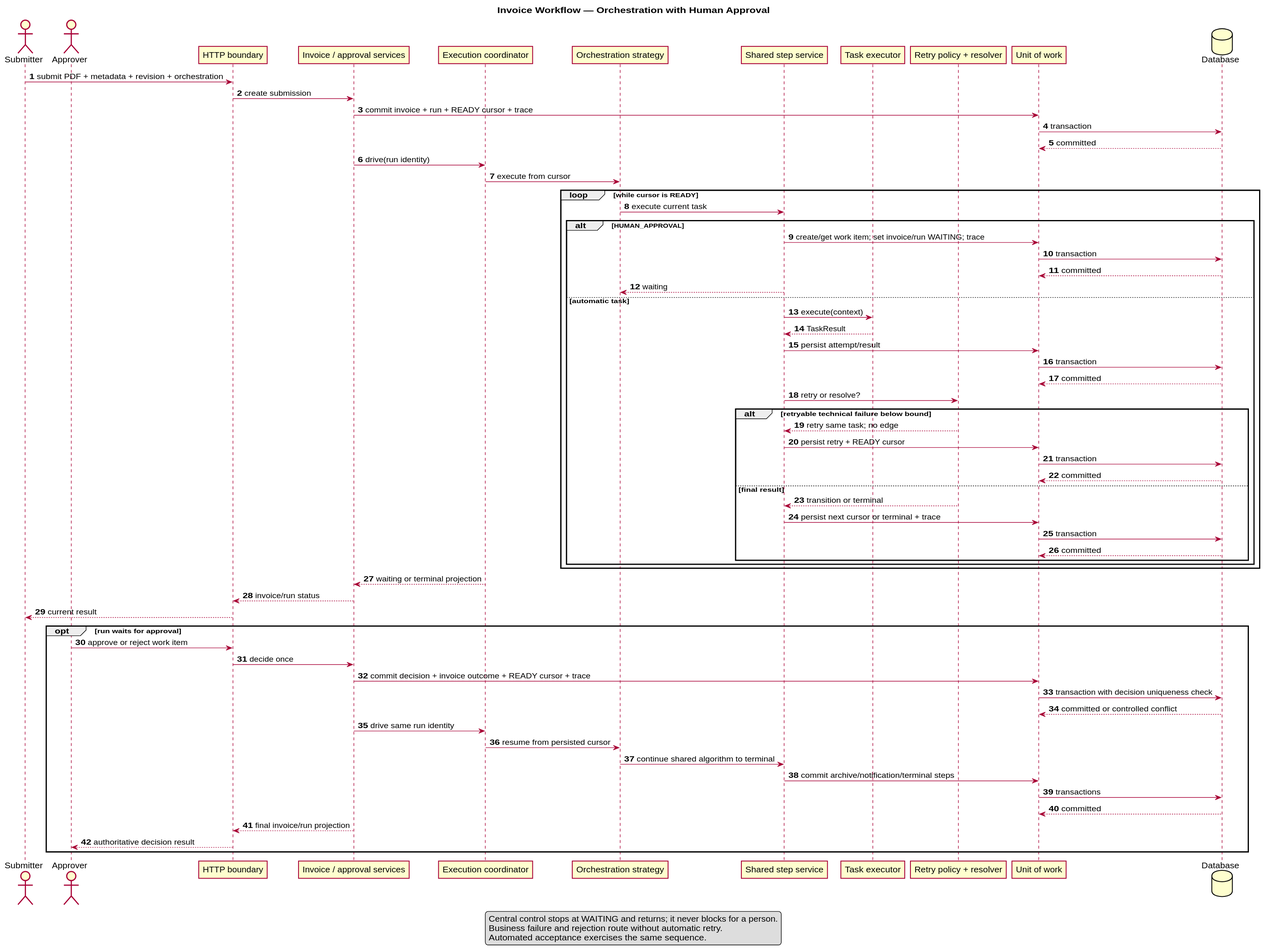
Earlier version of the PlantUML export docs/architecture/uml/rendered/orchestration-sequence.svg (MAES1102/WMS). Its diagram source:
```plantuml
@startuml
title Invoice Workflow — Orchestration with Human Approval
autonumber
skinparam shadowing false

actor Submitter
actor Approver
participant "HTTP boundary" as HTTP
participant "Invoice / approval services" as Service
participant "Execution coordinator" as Coordinator
participant "Orchestration strategy" as Orchestrator
participant "Shared step service" as Step
participant "Task executor" as Executor
participant "Retry policy + resolver" as Policy
participant "Unit of work" as UoW
database Database

Submitter -> HTTP : submit PDF + metadata + revision + orchestration
HTTP -> Service : create submission
Service -> UoW : commit invoice + run + READY cursor + trace
UoW -> Database : transaction
Database --> UoW : committed
Service -> Coordinator : drive(run identity)
Coordinator -> Orchestrator : execute from cursor

loop while cursor is READY
  Orchestrator -> Step : execute current task
  alt HUMAN_APPROVAL
    Step -> UoW : create/get work item; set invoice/run WAITING; trace
    UoW -> Database : transaction
    Database --> UoW : committed
    Step --> Orchestrator : waiting
  else automatic task
    Step -> Executor : execute(context)
    Executor --> Step : TaskResult
    Step -> UoW : persist attempt/result
    UoW -> Database : transaction
    Database --> UoW : committed
    Step -> Policy : retry or resolve?
    alt retryable technical failure below bound
      Policy --> Step : retry same task; no edge
      Step -> UoW : persist retry + READY cursor
      UoW -> Database : transaction
      Database --> UoW : committed
    else final result
      Policy --> Step : transition or terminal
      Step -> UoW : persist next cursor or terminal + trace
      UoW -> Database : transaction
      Database --> UoW : committed
    end
  end
end

Coordinator --> Service : waiting or terminal projection
Service --> HTTP : invoice/run status
HTTP --> Submitter : current result

opt run waits for approval
  Approver -> HTTP : approve or reject work item
  HTTP -> Service : decide once
  Service -> UoW : commit decision + invoice outcome + READY cursor + trace
  UoW -> Database : transaction with decision uniqueness check
  Database --> UoW : committed or controlled conflict
  Service -> Coordinator : drive same run identity
  Coordinator -> Orchestrator : resume from persisted cursor
  Orchestrator -> Step : continue shared algorithm to terminal
  Step -> UoW : commit archive/notification/terminal steps
  UoW -> Database : transactions
  Database --> UoW : committed
  Service --> HTTP : final invoice/run projection
  HTTP --> Approver : authoritative decision result
end

legend
Central control stops at WAITING and returns; it never blocks for a person.
Business failure and rejection route without automatic retry.
Automated acceptance exercises the same sequence.
endlegend
@enduml
```
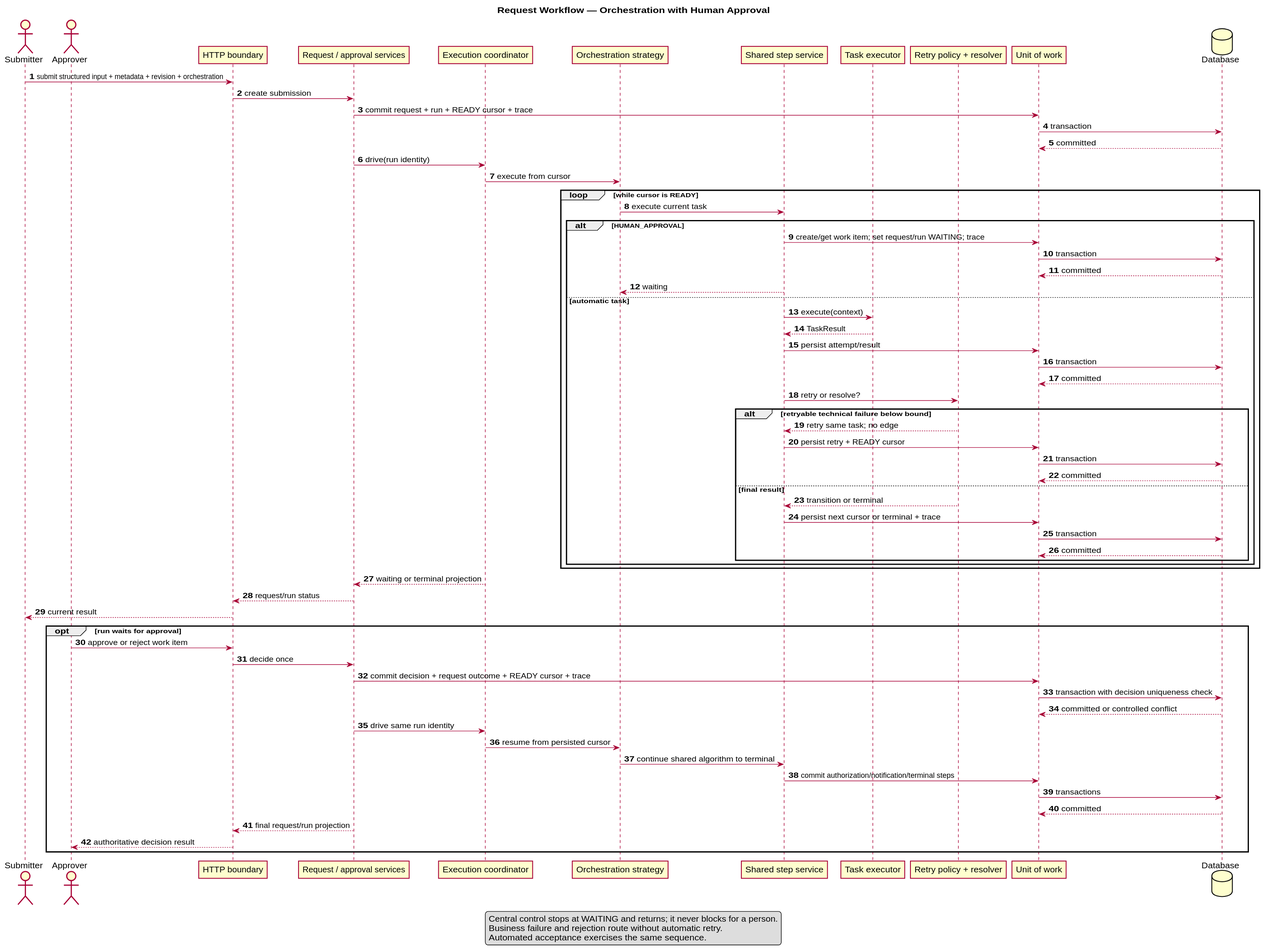
The same diagram one commit later.

What changed in the source:
```diff
@@ -1,12 +1,12 @@
 @startuml
-title Invoice Workflow — Orchestration with Human Approval
+title Request Workflow — Orchestration with Human Approval
 autonumber
 skinparam shadowing false
 
 actor Submitter
 actor Approver
 participant "HTTP boundary" as HTTP
-participant "Invoice / approval services" as Service
+participant "Request / approval services" as Service
 participant "Execution coordinator" as Coordinator
 participant "Orchestration strategy" as Orchestrator
 participant "Shared step service" as Step
@@ -15,9 +15,9 @@
 participant "Unit of work" as UoW
 database Database
 
-Submitter -> HTTP : submit PDF + metadata + revision + orchestration
+Submitter -> HTTP : submit structured input + metadata + revision + orchestration
 HTTP -> Service : create submission
-Service -> UoW : commit invoice + run + READY cursor + trace
+Service -> UoW : commit request + run + READY cursor + trace
 UoW -> Database : transaction
 Database --> UoW : committed
 Service -> Coordinator : drive(run identity)
@@ -26,7 +26,7 @@
 loop while cursor is READY
   Orchestrator -> Step : execute current task
   alt HUMAN_APPROVAL
-    Step -> UoW : create/get work item; set invoice/run WAITING; trace
+    Step -> UoW : create/get work item; set request/run WAITING; trace
     UoW -> Database : transaction
     Database --> UoW : committed
     Step --> Orchestrator : waiting
@@ -52,22 +52,22 @@
 end
 
 Coordinator --> Service : waiting or terminal projection
-Service --> HTTP : invoice/run status
+Service --> HTTP : request/run status
 HTTP --> Submitter : current result
 
 opt run waits for approval
   Approver -> HTTP : approve or reject work item
   HTTP -> Service : decide once
-  Service -> UoW : commit decision + invoice outcome + READY cursor + trace
+  Service -> UoW : commit decision + request outcome + READY cursor + trace
   UoW -> Database : transaction with decision uniqueness check
   Database --> UoW : committed or controlled conflict
   Service -> Coordinator : drive same run identity
   Coordinator -> Orchestrator : resume from persisted cursor
   Orchestrator -> Step : continue shared algorithm to terminal
-  Step -> UoW : commit archive/notification/terminal steps
+  Step -> UoW : commit authorization/notification/terminal steps
   UoW -> Database : transactions
   Database --> UoW : committed
-  Service --> HTTP : final invoice/run projection
+  Service --> HTTP : final request/run projection
   HTTP --> Approver : authoritative decision result
 end
 
```
